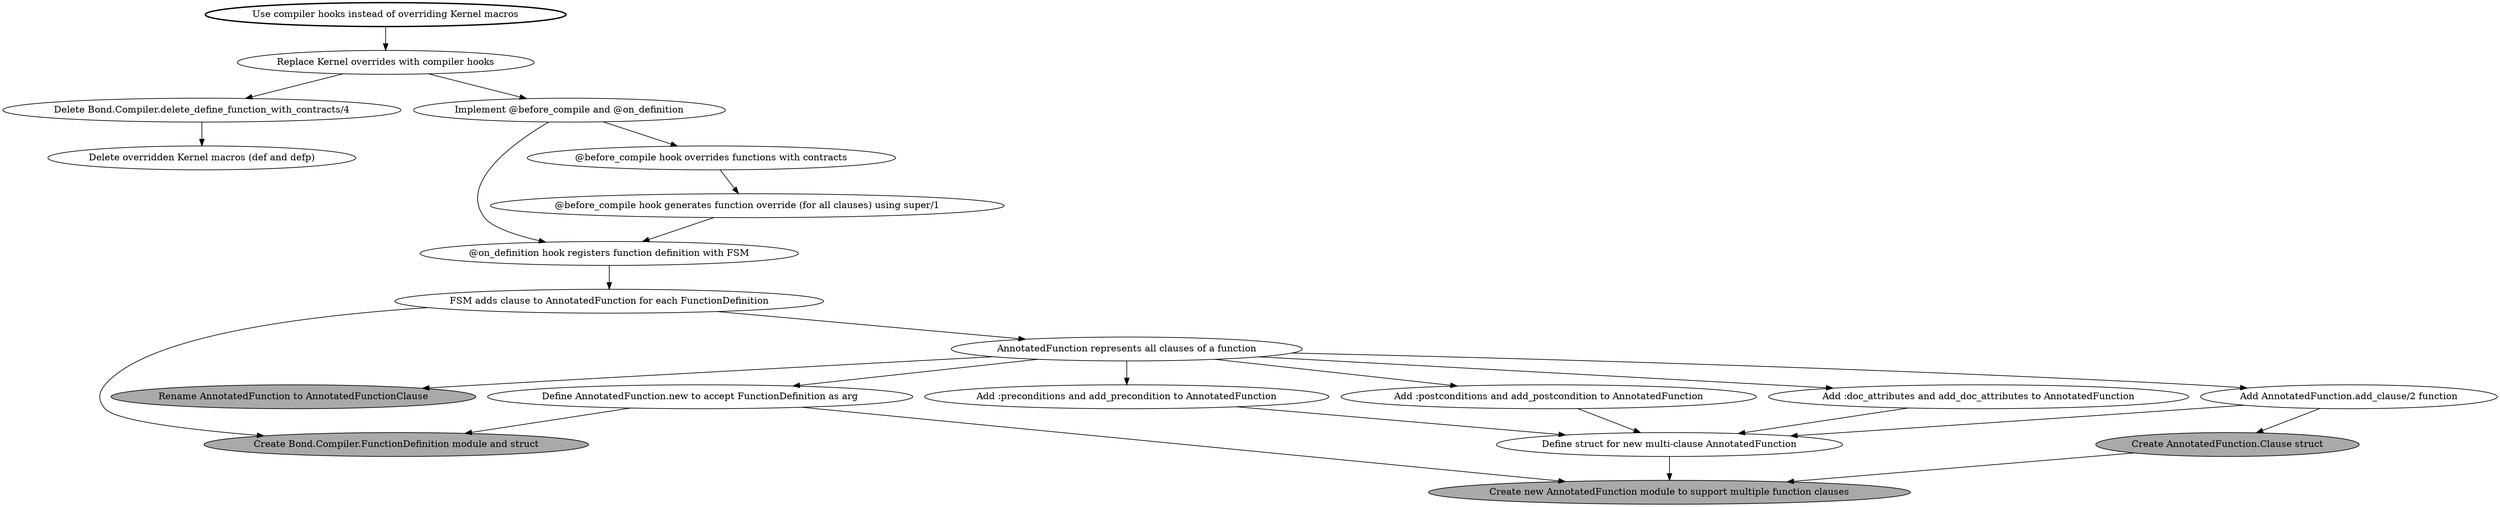
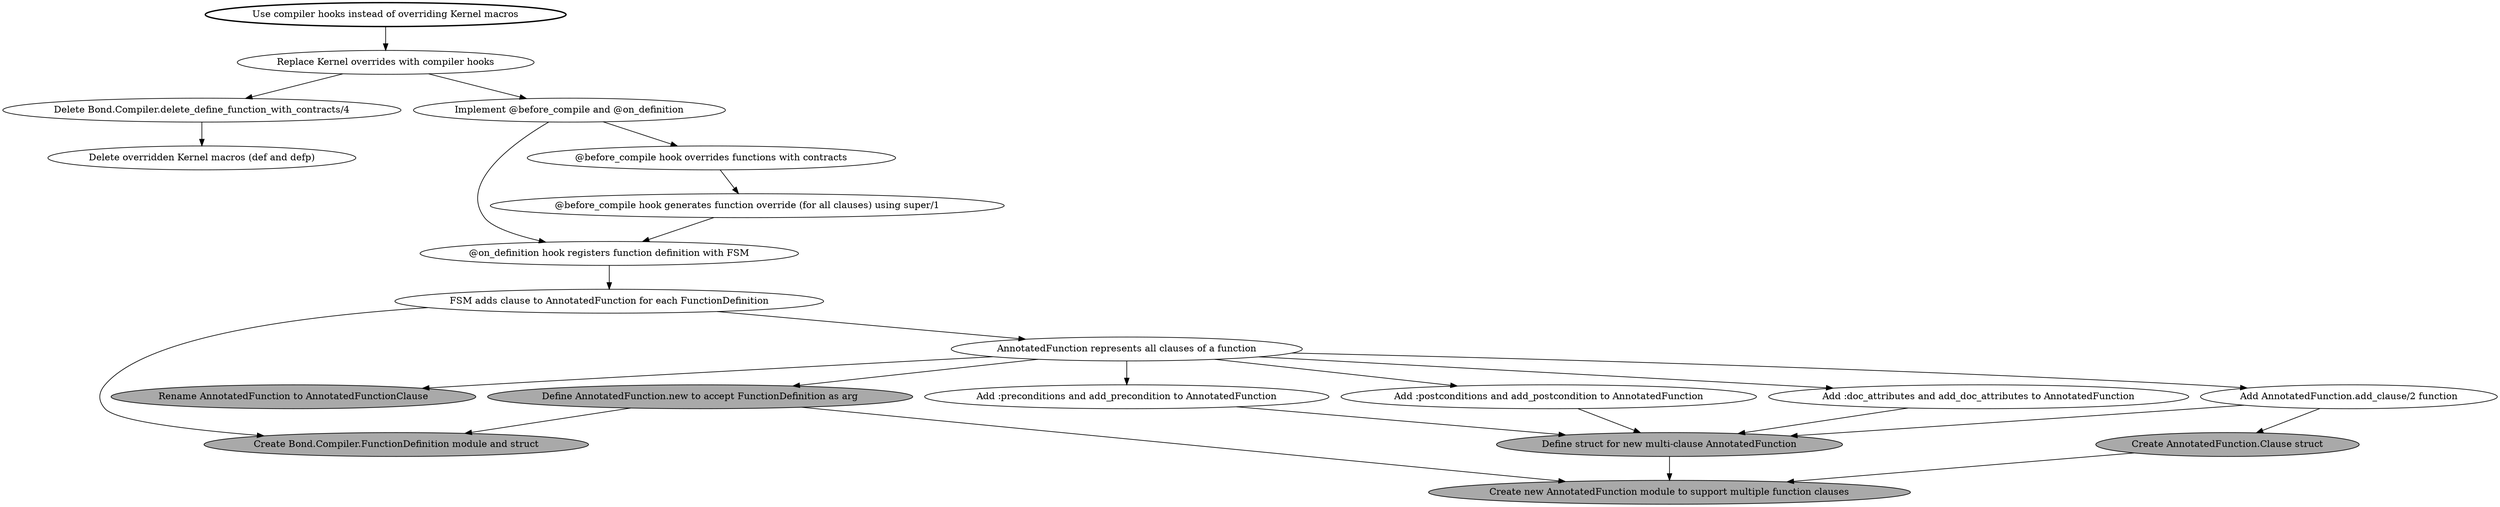
digraph {
  goal [label = "Use compiler hooks instead of overriding Kernel macros", style = bold]
  replace_kernel_overrides_with_compiler_hooks [label = "Replace Kernel overrides with compiler hooks"]

  delete_kernel_overrides [label = "Delete overridden Kernel macros (def and defp)"]
  delete_define_function_with_contracts [label="Delete Bond.Compiler.delete_define_function_with_contracts/4"]
  implement_compiler_hooks [label = "Implement @before_compile and @on_definition"]
  on_definition [label="@on_definition hook registers function definition with FSM"]
  before_compile [label="@before_compile hook overrides functions with contracts"]

  before_compile_generates_override [label="@before_compile hook generates function override (for all clauses) using super/1"]

  function_definition [label="Create Bond.Compiler.FunctionDefinition module and struct", fillcolor=darkgrey, style=filled]

  annotated_function_multi_clause [label="AnnotatedFunction represents all clauses of a function"]
  rename_annotated_function [label="Rename AnnotatedFunction to AnnotatedFunctionClause", fillcolor=darkgrey, style=filled]
  create_new_annotated_function [label="Create new AnnotatedFunction module to support multiple function clauses", fillcolor=darkgrey, style=filled]
-   annotated_function_struct [label="Define struct for new multi-clause AnnotatedFunction"]
-   annotated_function_new [label="Define AnnotatedFunction.new to accept FunctionDefinition as arg"]
+   annotated_function_struct [label="Define struct for new multi-clause AnnotatedFunction", fillcolor=darkgrey, style=filled]
+   annotated_function_new [label="Define AnnotatedFunction.new to accept FunctionDefinition as arg", fillcolor=darkgrey, style=filled]
  create_annotated_function_clause [label="Create AnnotatedFunction.Clause struct", fillcolor=darkgrey, style=filled]
  add_clause_to_annotated_function [label="Add AnnotatedFunction.add_clause/2 function"]
  add_preconditions_to_annotated_function [label="Add :preconditions and add_precondition to AnnotatedFunction"]
  add_postconditions_to_annotated_function [label="Add :postconditions and add_postcondition to AnnotatedFunction"]
  add_doc_attributes_to_annotated_function [label="Add :doc_attributes and add_doc_attributes to AnnotatedFunction"]

  fsm_multi_clause_functions [label="FSM adds clause to AnnotatedFunction for each FunctionDefinition"]

  goal -> replace_kernel_overrides_with_compiler_hooks
  replace_kernel_overrides_with_compiler_hooks -> delete_define_function_with_contracts -> delete_kernel_overrides
  replace_kernel_overrides_with_compiler_hooks -> implement_compiler_hooks
  implement_compiler_hooks -> {on_definition before_compile}
  on_definition -> fsm_multi_clause_functions -> {function_definition annotated_function_multi_clause}
  annotated_function_multi_clause -> {rename_annotated_function add_clause_to_annotated_function annotated_function_new add_preconditions_to_annotated_function add_postconditions_to_annotated_function add_doc_attributes_to_annotated_function}
  {add_preconditions_to_annotated_function add_postconditions_to_annotated_function add_doc_attributes_to_annotated_function} -> annotated_function_struct
  annotated_function_struct -> create_new_annotated_function
  annotated_function_new -> {function_definition create_new_annotated_function}
  add_clause_to_annotated_function -> {create_annotated_function_clause annotated_function_struct}
  create_annotated_function_clause -> create_new_annotated_function
  before_compile -> before_compile_generates_override -> on_definition
}
